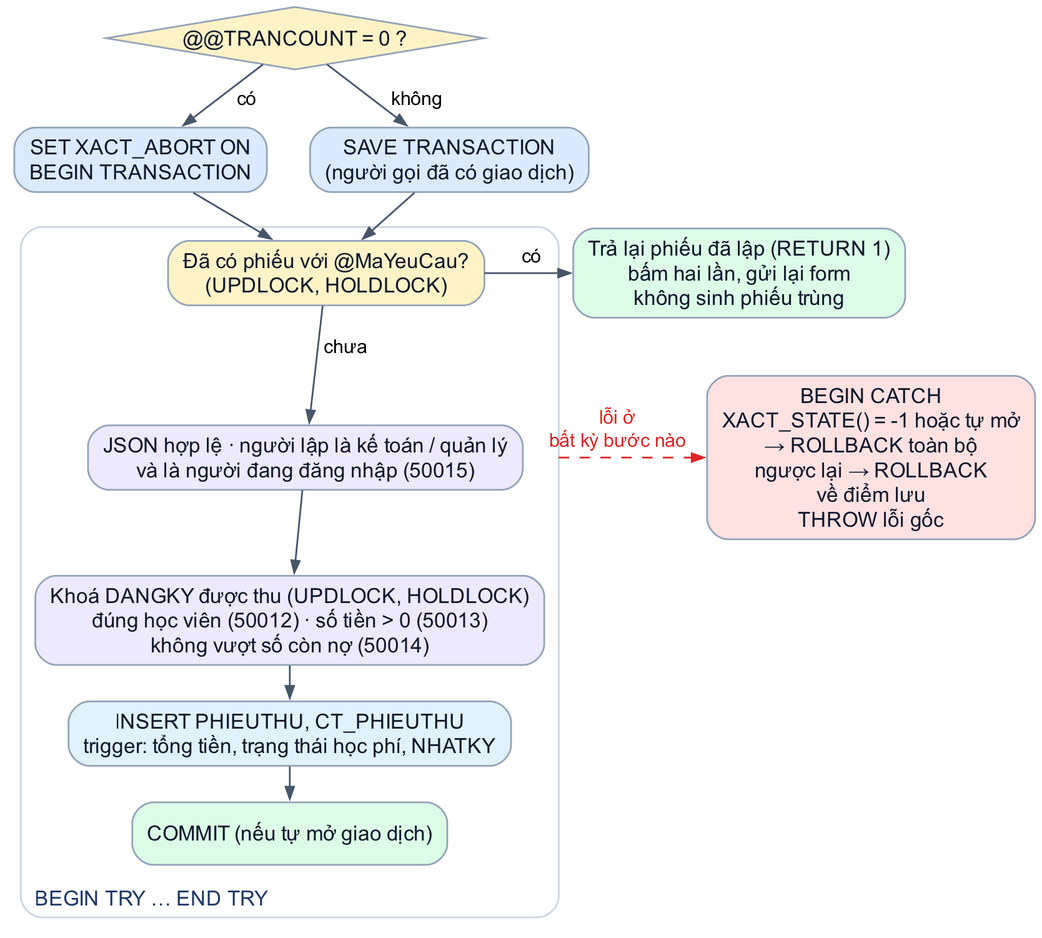
This is report/images/ch3/giao-dich-thu-hoc-phi.png from nhutruong-uit/ecms, a Graphviz export, as it was before one commit. Its source is kept beside it as report/images/ch3/giao-dich-thu-hoc-phi.dot. Its diagram source:
```dot
digraph ThuHocPhi {
  rankdir=TB; nodesep=0.35; ranksep=0.26; fontname="Arial"; bgcolor="white"; compound=true; newrank=true;
  node [fontname="Arial", fontsize=12, shape=box, style="filled,rounded", color="#94a3b8", fillcolor="#f1f5f9",
        fontcolor="#0f172a", margin="0.12,0.06"];
  edge [fontname="Arial", fontsize=11, color="#475569", arrowsize=0.7];

  tc   [label="@@TRANCOUNT = 0 ?", shape=diamond, style="filled", fillcolor="#fef3c7", margin="0.04,0.02"];
  mo   [label="SET XACT_ABORT ON\nBEGIN TRANSACTION", fillcolor="#dbeafe"];
  sv   [label="SAVE TRANSACTION\n(người gọi đã có giao dịch)", fillcolor="#dbeafe"];
  subgraph cluster_try {
    label="BEGIN TRY … END TRY"; labeljust=l; labelloc=b; fontsize=12; fontcolor="#1f3864"; style="rounded"; color="#cbd5e1";
    yc   [label="Đã có phiếu với @MaYeuCau?\n(UPDLOCK, HOLDLOCK)", fillcolor="#fef3c7"];
    kt   [label="JSON hợp lệ · người lập là kế toán / quản lý\nvà là người đang đăng nhập (50015)", fillcolor="#ede9fe"];
    khoa [label="Khoá DANGKY được thu (UPDLOCK, HOLDLOCK)\nđúng học viên (50012) · số tiền > 0 (50013)\nkhông vượt số còn nợ (50014)", fillcolor="#ede9fe"];
    ghi  [label="INSERT PHIEUTHU, CT_PHIEUTHU\ntrigger: tổng tiền, trạng thái học phí, NHATKY", fillcolor="#e0f2fe"];
    ct   [label="COMMIT (nếu tự mở giao dịch)", fillcolor="#dcfce7"];
  }
  cu   [label="Trả lại phiếu đã lập (RETURN 1)\nbấm hai lần, gửi lại form\nkhông sinh phiếu trùng", fillcolor="#dcfce7"];
  loi  [label="BEGIN CATCH\nXACT_STATE() = -1 hoặc tự mở\n→ ROLLBACK toàn bộ\nngược lại → ROLLBACK\nvề điểm lưu\nTHROW lỗi gốc", fillcolor="#fee2e2"];

  tc -> mo [label=" có"];
  tc -> sv [label=" không"];
  mo -> yc; sv -> yc;
  yc -> cu [label=" có"];
  yc -> kt [label=" chưa"];
  kt -> khoa -> ghi -> ct;
  kt -> loi [ltail=cluster_try, style=dashed, color="#dc2626", fontcolor="#dc2626", label=" lỗi ở\n bất kỳ bước nào"];
  {rank=same; mo; sv}
  {rank=same; yc; cu}
  {rank=same; kt; loi}
}
```
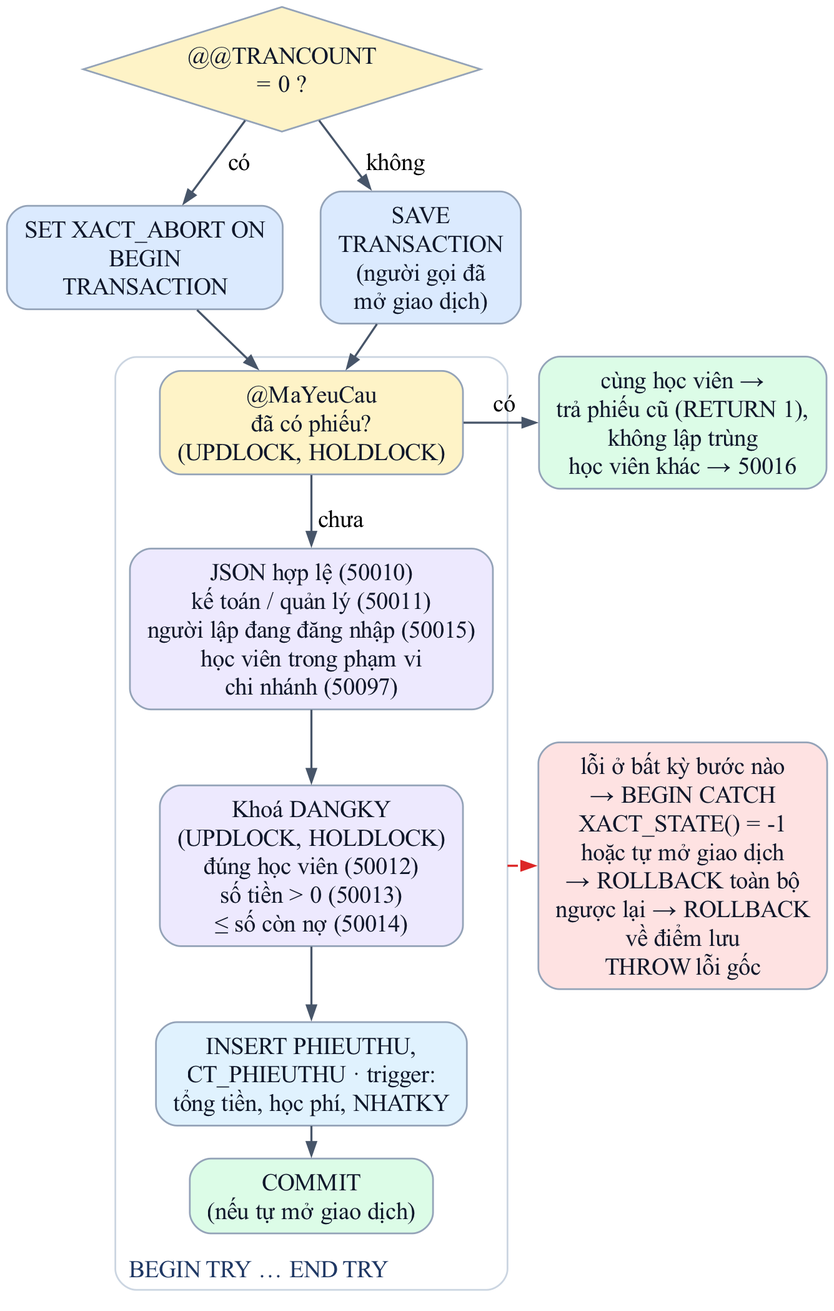
Later version of the same file.

What changed in the source:
```diff
@@ -1,22 +1,23 @@
 digraph ThuHocPhi {
-  rankdir=TB; nodesep=0.35; ranksep=0.26; fontname="Arial"; bgcolor="white"; compound=true; newrank=true;
-  node [fontname="Arial", fontsize=12, shape=box, style="filled,rounded", color="#94a3b8", fillcolor="#f1f5f9",
-        fontcolor="#0f172a", margin="0.12,0.06"];
-  edge [fontname="Arial", fontsize=11, color="#475569", arrowsize=0.7];
+  graph [rankdir=TB, splines=polyline, nodesep=0.3, ranksep=0.24, bgcolor="white", compound=true, newrank=true,
+         fontname="Times New Roman,"];
+  node  [fontname="Times New Roman,", fontsize=14, shape=box, style="filled,rounded", color="#94a3b8", fillcolor="#f1f5f9",
+         fontcolor="#0f172a", margin="0.14,0.07"];
+  edge  [fontname="Times New Roman,", fontsize=14, color="#475569", arrowsize=0.75, penwidth=1.2];
 
-  tc   [label="@@TRANCOUNT = 0 ?", shape=diamond, style="filled", fillcolor="#fef3c7", margin="0.04,0.02"];
-  mo   [label="SET XACT_ABORT ON\nBEGIN TRANSACTION", fillcolor="#dbeafe"];
-  sv   [label="SAVE TRANSACTION\n(người gọi đã có giao dịch)", fillcolor="#dbeafe"];
+  tc   [label="@@TRANCOUNT\n= 0 ?", shape=diamond, style="filled", fillcolor="#fef3c7", margin="0.04,0.02"];
+  mo   [label="SET XACT_ABORT ON\nBEGIN\nTRANSACTION", fillcolor="#dbeafe"];
+  sv   [label="SAVE\nTRANSACTION\n(người gọi đã\nmở giao dịch)", fillcolor="#dbeafe"];
   subgraph cluster_try {
-    label="BEGIN TRY … END TRY"; labeljust=l; labelloc=b; fontsize=12; fontcolor="#1f3864"; style="rounded"; color="#cbd5e1";
-    yc   [label="Đã có phiếu với @MaYeuCau?\n(UPDLOCK, HOLDLOCK)", fillcolor="#fef3c7"];
-    kt   [label="JSON hợp lệ · người lập là kế toán / quản lý\nvà là người đang đăng nhập (50015)", fillcolor="#ede9fe"];
-    khoa [label="Khoá DANGKY được thu (UPDLOCK, HOLDLOCK)\nđúng học viên (50012) · số tiền > 0 (50013)\nkhông vượt số còn nợ (50014)", fillcolor="#ede9fe"];
-    ghi  [label="INSERT PHIEUTHU, CT_PHIEUTHU\ntrigger: tổng tiền, trạng thái học phí, NHATKY", fillcolor="#e0f2fe"];
-    ct   [label="COMMIT (nếu tự mở giao dịch)", fillcolor="#dcfce7"];
+    label="BEGIN TRY … END TRY"; labeljust=l; labelloc=b; fontsize=14; fontcolor="#1f3864"; style="rounded"; color="#cbd5e1";
+    yc   [label="@MaYeuCau\nđã có phiếu?\n(UPDLOCK, HOLDLOCK)", fillcolor="#fef3c7"];
+    kt   [label="JSON hợp lệ (50010)\nkế toán / quản lý (50011)\nngười lập đang đăng nhập (50015)\nhọc viên trong phạm vi\nchi nhánh (50097)", fillcolor="#ede9fe"];
+    khoa [label="Khoá DANGKY\n(UPDLOCK, HOLDLOCK)\nđúng học viên (50012)\nsố tiền > 0 (50013)\n≤ số còn nợ (50014)", fillcolor="#ede9fe"];
+    ghi  [label="INSERT PHIEUTHU,\nCT_PHIEUTHU · trigger:\ntổng tiền, học phí, NHATKY", fillcolor="#e0f2fe"];
+    ct   [label="COMMIT\n(nếu tự mở giao dịch)", fillcolor="#dcfce7"];
   }
-  cu   [label="Trả lại phiếu đã lập (RETURN 1)\nbấm hai lần, gửi lại form\nkhông sinh phiếu trùng", fillcolor="#dcfce7"];
-  loi  [label="BEGIN CATCH\nXACT_STATE() = -1 hoặc tự mở\n→ ROLLBACK toàn bộ\nngược lại → ROLLBACK\nvề điểm lưu\nTHROW lỗi gốc", fillcolor="#fee2e2"];
+  cu   [label="cùng học viên →\ntrả phiếu cũ (RETURN 1),\nkhông lập trùng\nhọc viên khác → 50016", fillcolor="#dcfce7"];
+  loi  [label="lỗi ở bất kỳ bước nào\n→ BEGIN CATCH\nXACT_STATE() = -1\nhoặc tự mở giao dịch\n→ ROLLBACK toàn bộ\nngược lại → ROLLBACK\nvề điểm lưu\nTHROW lỗi gốc", fillcolor="#fee2e2"];
 
   tc -> mo [label=" có"];
   tc -> sv [label=" không"];
@@ -24,8 +25,8 @@
   yc -> cu [label=" có"];
   yc -> kt [label=" chưa"];
   kt -> khoa -> ghi -> ct;
-  kt -> loi [ltail=cluster_try, style=dashed, color="#dc2626", fontcolor="#dc2626", label=" lỗi ở\n bất kỳ bước nào"];
+  khoa -> loi [ltail=cluster_try, style=dashed, color="#dc2626", fontcolor="#dc2626"];
   {rank=same; mo; sv}
   {rank=same; yc; cu}
-  {rank=same; kt; loi}
+  {rank=same; khoa; loi}
 }
```
